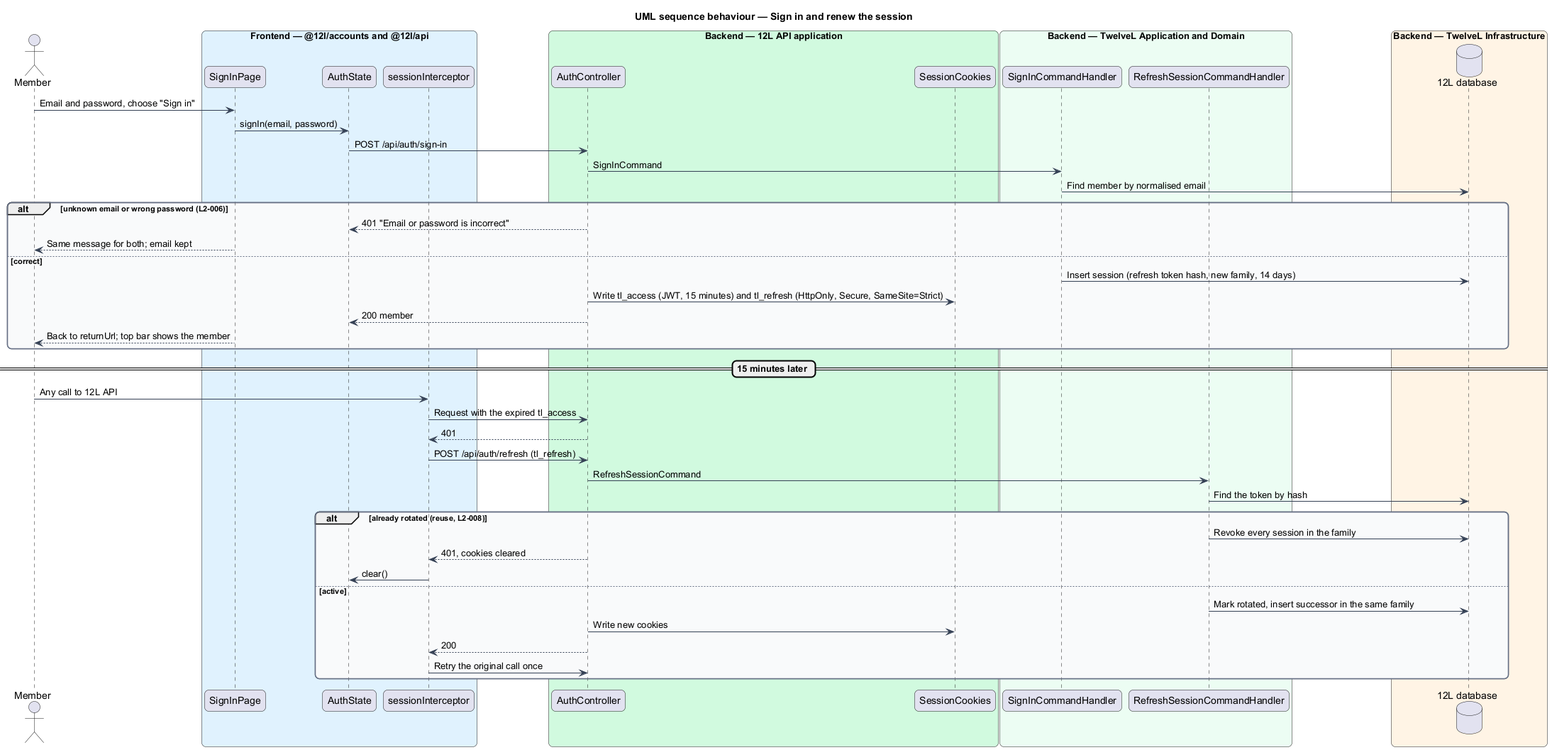
QuinntyneBrown/tutumuch keeps this PlantUML diagram as docs/detailed-designs/accounts/sign-up-and-sign-in/diagrams/sequence-sign-in-and-refresh.png. Above is the earlier version.
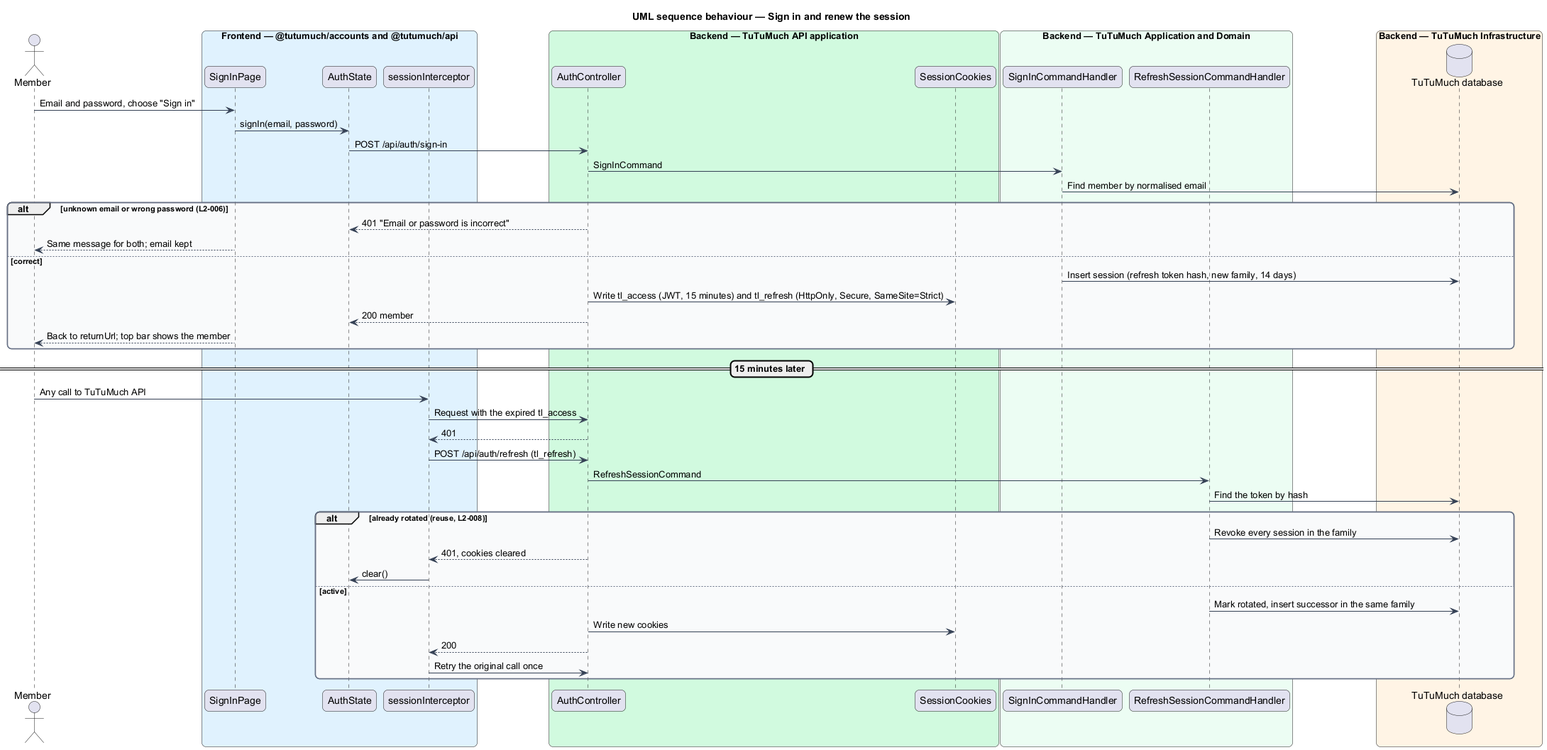
Above is the later version.

The edit, as a diff of the source:
```diff
@@ -15,21 +15,21 @@
   BackgroundColor #F9FAFB
 }
 actor "Member" as actor
-box "Frontend — @12l/accounts and @12l/api" #E0F2FE
+box "Frontend — @tutumuch/accounts and @tutumuch/api" #E0F2FE
   participant "SignInPage" as page
   participant "AuthState" as auth
   participant "sessionInterceptor" as icpt
 end box
-box "Backend — 12L API application" #D1FADF
+box "Backend — TuTuMuch API application" #D1FADF
   participant "AuthController" as ctrl
   participant "SessionCookies" as cookies
 end box
-box "Backend — TwelveL Application and Domain" #ECFDF3
+box "Backend — TuTuMuch Application and Domain" #ECFDF3
   participant "SignInCommandHandler" as signin
   participant "RefreshSessionCommandHandler" as refresh
 end box
-box "Backend — TwelveL Infrastructure" #FFF4E5
-  database "12L database" as db
+box "Backend — TuTuMuch Infrastructure" #FFF4E5
+  database "TuTuMuch database" as db
 end box
 actor -> page : Email and password, choose "Sign in"
 page -> auth : signIn(email, password)
@@ -46,7 +46,7 @@
   page --> actor : Back to returnUrl; top bar shows the member
 end
 == 15 minutes later ==
-actor -> icpt : Any call to 12L API
+actor -> icpt : Any call to TuTuMuch API
 icpt -> ctrl : Request with the expired tl_access
 ctrl --> icpt : 401
 icpt -> ctrl : POST /api/auth/refresh (tl_refresh)
```
